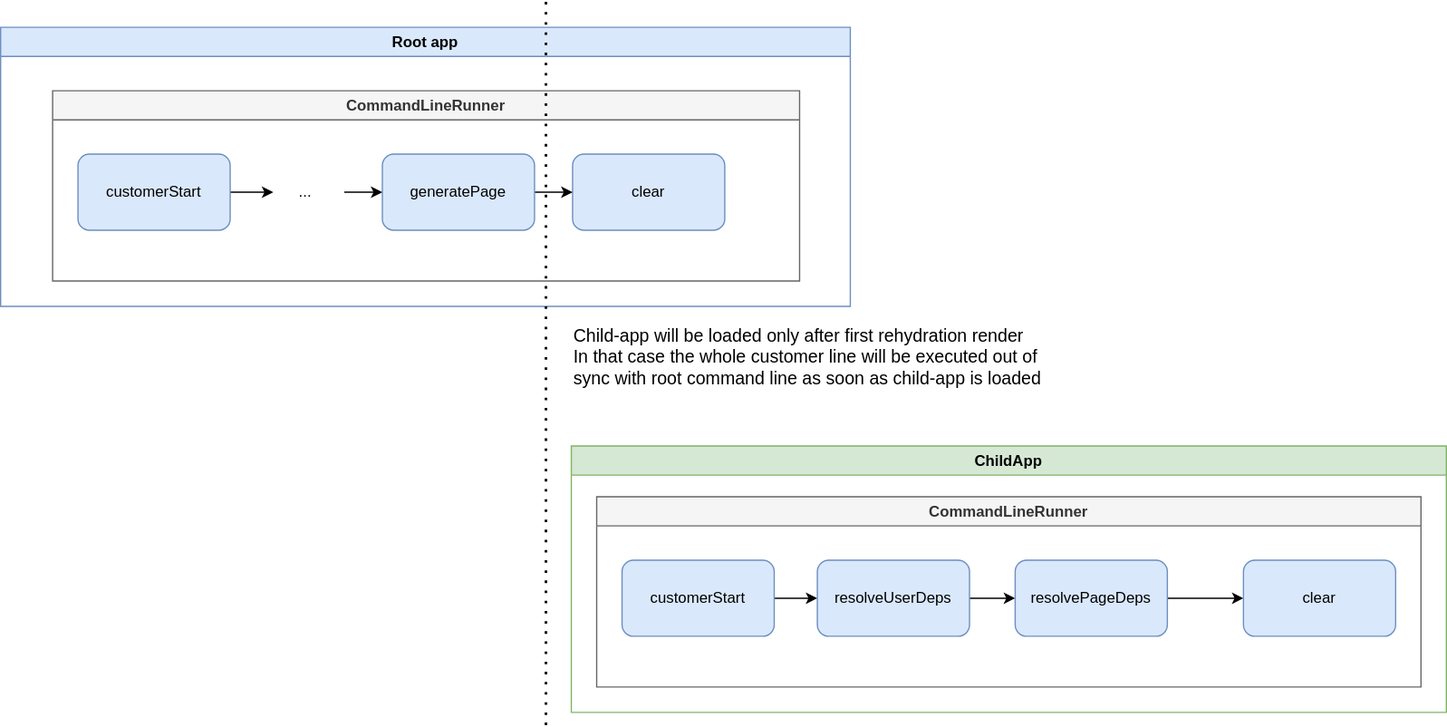
This is img/child-app/command-line-runner-client-not-loaded.drawio.svg from tramvaijs/tramvai, a draw.io export, as it was before one commit. Source tidied: cells renumbered, new cells last; positions are measured from the earlier drawing's top-left corner, leaving out a move shared by most shapes. The source it was exported from:
```xml
<mxGraphModel>
  <root>
    <mxCell id="0" />
    <mxCell id="1" parent="0" />
    <mxCell id="2" value="Root app" style="swimlane;fillColor=#dae8fc;strokeColor=#6c8ebf;" parent="1" vertex="1">
      <mxGeometry y="20" width="670" height="220" as="geometry" />
    </mxCell>
    <mxCell id="3" value="CommandLineRunner" style="swimlane;fillColor=#f5f5f5;strokeColor=#666666;fontColor=#333333;" parent="2" vertex="1">
      <mxGeometry x="41" y="50" width="589" height="150" as="geometry" />
    </mxCell>
    <mxCell id="4" style="edgeStyle=orthogonalEdgeStyle;rounded=0;jettySize=auto;html=1;exitX=1;exitY=0.5;exitDx=0;exitDy=0;entryX=0;entryY=0.5;entryDx=0;entryDy=0;" parent="3" edge="1" source="5">
      <mxGeometry relative="1" as="geometry">
        <mxPoint x="174" y="80" as="targetPoint" />
      </mxGeometry>
    </mxCell>
    <mxCell id="5" value="customerStart" style="rounded=1;whiteSpace=wrap;html=1;fillColor=#dae8fc;strokeColor=#6c8ebf;" parent="3" vertex="1">
      <mxGeometry x="20" y="50" width="120" height="60" as="geometry" />
    </mxCell>
    <mxCell id="6" value="clear" style="rounded=1;whiteSpace=wrap;html=1;fillColor=#dae8fc;strokeColor=#6c8ebf;" parent="3" vertex="1">
      <mxGeometry x="410" y="50" width="120" height="60" as="geometry" />
    </mxCell>
    <mxCell id="7" style="edgeStyle=orthogonalEdgeStyle;rounded=0;jettySize=auto;html=1;exitX=1;exitY=0.5;exitDx=0;exitDy=0;entryX=0;entryY=0.5;entryDx=0;entryDy=0;" parent="3" edge="1" source="8" target="6">
      <mxGeometry relative="1" as="geometry" />
    </mxCell>
    <mxCell id="8" value="generatePage" style="rounded=1;whiteSpace=wrap;html=1;fillColor=#dae8fc;strokeColor=#6c8ebf;" parent="3" vertex="1">
      <mxGeometry x="260" y="50" width="120" height="60" as="geometry" />
    </mxCell>
    <mxCell id="9" style="edgeStyle=orthogonalEdgeStyle;rounded=0;jettySize=auto;html=1;exitX=1;exitY=0.5;exitDx=0;exitDy=0;entryX=0;entryY=0.5;entryDx=0;entryDy=0;" parent="3" edge="1" source="x">
      <mxGeometry relative="1" as="geometry">
        <mxPoint x="330" y="80" as="targetPoint" />
      </mxGeometry>
    </mxCell>
    <mxCell id="10" style="edgeStyle=orthogonalEdgeStyle;rounded=0;jettySize=auto;html=1;exitX=1;exitY=0.5;exitDx=0;exitDy=0;entryX=0;entryY=0.5;entryDx=0;entryDy=0;" parent="3" edge="1" target="8">
      <mxGeometry relative="1" as="geometry">
        <mxPoint x="230" y="80" as="sourcePoint" />
      </mxGeometry>
    </mxCell>
    <mxCell id="11" value="ChildApp" style="swimlane;fillColor=#d5e8d4;strokeColor=#82b366;startSize=23;" parent="1" vertex="1">
      <mxGeometry x="450" y="350" width="690" height="210" as="geometry" />
    </mxCell>
    <mxCell id="12" value="CommandLineRunner" style="swimlane;fillColor=#f5f5f5;strokeColor=#666666;fontColor=#333333;" parent="11" vertex="1">
      <mxGeometry x="20" y="40" width="650" height="150" as="geometry" />
    </mxCell>
    <mxCell id="13" style="edgeStyle=orthogonalEdgeStyle;rounded=0;jettySize=auto;html=1;exitX=1;exitY=0.5;exitDx=0;exitDy=0;entryX=0;entryY=0.5;entryDx=0;entryDy=0;" parent="12" edge="1" source="14" target="16">
      <mxGeometry relative="1" as="geometry" />
    </mxCell>
    <mxCell id="14" value="customerStart" style="rounded=1;whiteSpace=wrap;html=1;fillColor=#dae8fc;strokeColor=#6c8ebf;" parent="12" vertex="1">
      <mxGeometry x="20" y="50" width="120" height="60" as="geometry" />
    </mxCell>
    <mxCell id="15" style="edgeStyle=orthogonalEdgeStyle;rounded=0;jettySize=auto;html=1;exitX=1;exitY=0.5;exitDx=0;exitDy=0;entryX=0;entryY=0.5;entryDx=0;entryDy=0;" parent="12" edge="1" source="16" target="18">
      <mxGeometry relative="1" as="geometry" />
    </mxCell>
    <mxCell id="16" value="resolveUserDeps" style="rounded=1;whiteSpace=wrap;html=1;fillColor=#dae8fc;strokeColor=#6c8ebf;" parent="12" vertex="1">
      <mxGeometry x="174" y="50" width="120" height="60" as="geometry" />
    </mxCell>
    <mxCell id="17" style="edgeStyle=none;html=1;exitX=1;exitY=0.5;exitDx=0;exitDy=0;entryX=0;entryY=0.5;entryDx=0;entryDy=0;" parent="12" edge="1" source="18" target="19">
      <mxGeometry relative="1" as="geometry" />
    </mxCell>
    <mxCell id="18" value="resolvePageDeps" style="rounded=1;whiteSpace=wrap;html=1;fillColor=#dae8fc;strokeColor=#6c8ebf;" parent="12" vertex="1">
      <mxGeometry x="330" y="50" width="120" height="60" as="geometry" />
    </mxCell>
    <mxCell id="19" value="clear" style="rounded=1;whiteSpace=wrap;html=1;fillColor=#dae8fc;strokeColor=#6c8ebf;" parent="12" vertex="1">
      <mxGeometry x="510" y="50" width="120" height="60" as="geometry" />
    </mxCell>
    <mxCell id="20" value="..." style="text;html=1;align=center;verticalAlign=middle;strokeColor=none;fillColor=none;" parent="1" vertex="1">
      <mxGeometry x="225" y="135" width="30" height="30" as="geometry" />
    </mxCell>
    <mxCell id="21" style="endArrow=none;dashed=1;html=1;dashPattern=1 3;strokeWidth=2;" parent="1" edge="1">
      <mxGeometry relative="1" as="geometry">
        <mxPoint x="430" y="570" as="sourcePoint" />
        <mxPoint x="430" as="targetPoint" />
      </mxGeometry>
    </mxCell>
    <mxCell id="22" value="Child-app will be loaded only after first rehydration render&lt;br&gt;In that case the whole customer line will be executed out of sync with root command line as soon as child-app is loaded" style="text;html=1;strokeColor=none;fillColor=none;align=left;verticalAlign=middle;whiteSpace=wrap;rounded=0;fontSize=14;" parent="1" vertex="1">
      <mxGeometry x="450" y="260" width="390" height="40" as="geometry" />
    </mxCell>
  </root>
</mxGraphModel>
```
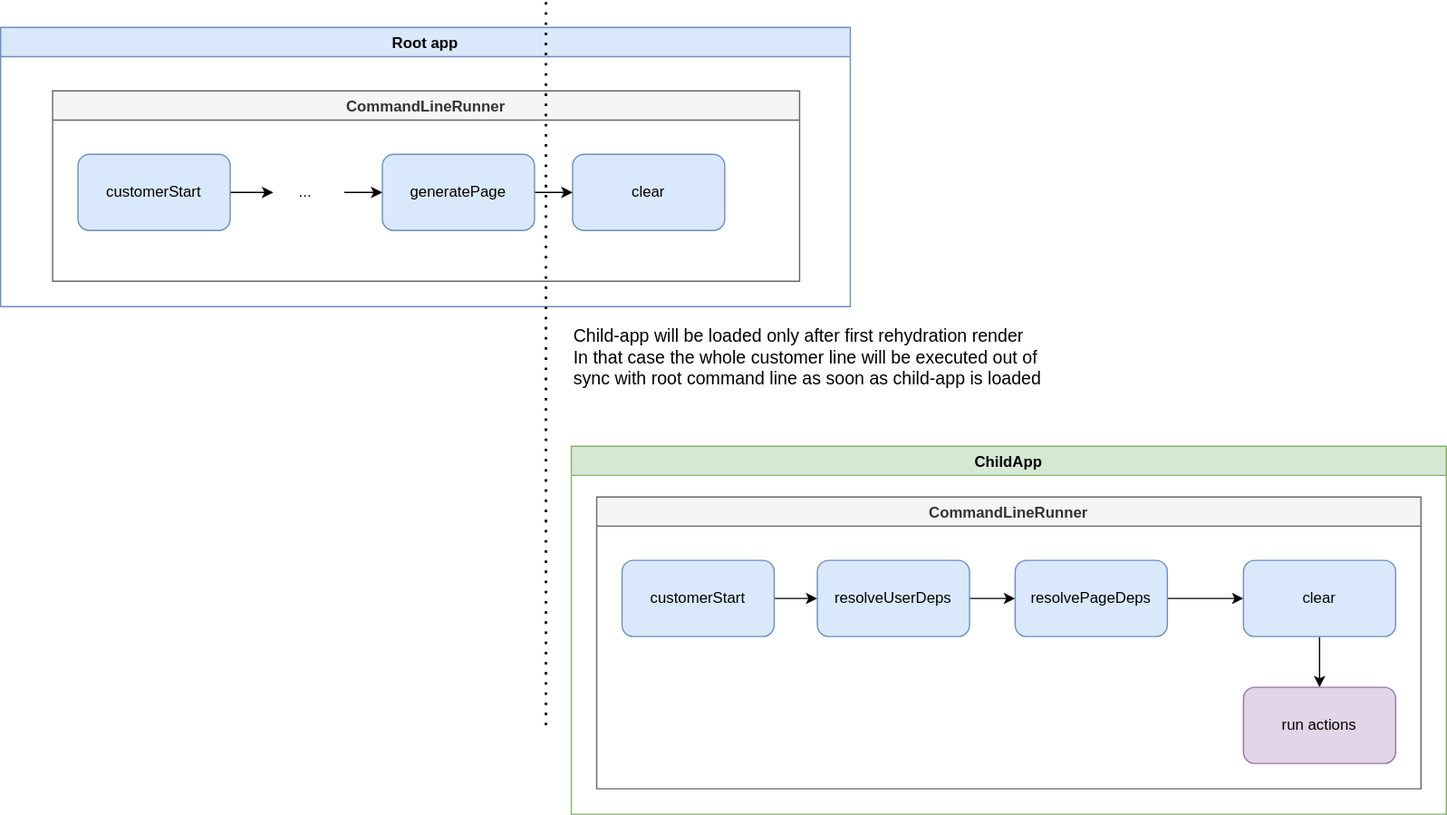
The same diagram one commit later.

Change to the diagram source:
```diff
@@ -25,7 +25,7 @@
     <mxCell id="8" value="generatePage" style="rounded=1;whiteSpace=wrap;html=1;fillColor=#dae8fc;strokeColor=#6c8ebf;" parent="3" vertex="1">
       <mxGeometry x="260" y="50" width="120" height="60" as="geometry" />
     </mxCell>
-    <mxCell id="9" style="edgeStyle=orthogonalEdgeStyle;rounded=0;jettySize=auto;html=1;exitX=1;exitY=0.5;exitDx=0;exitDy=0;entryX=0;entryY=0.5;entryDx=0;entryDy=0;" parent="3" edge="1" source="x">
+    <mxCell id="9" style="edgeStyle=orthogonalEdgeStyle;rounded=0;orthogonalLoop=1;jettySize=auto;html=1;exitX=1;exitY=0.5;exitDx=0;exitDy=0;entryX=0;entryY=0.5;entryDx=0;entryDy=0;" parent="3" edge="1">
       <mxGeometry relative="1" as="geometry">
         <mxPoint x="330" y="80" as="targetPoint" />
       </mxGeometry>
@@ -36,10 +36,10 @@
       </mxGeometry>
     </mxCell>
     <mxCell id="11" value="ChildApp" style="swimlane;fillColor=#d5e8d4;strokeColor=#82b366;startSize=23;" parent="1" vertex="1">
-      <mxGeometry x="450" y="350" width="690" height="210" as="geometry" />
+      <mxGeometry x="450" y="350" width="690" height="290" as="geometry" />
     </mxCell>
     <mxCell id="12" value="CommandLineRunner" style="swimlane;fillColor=#f5f5f5;strokeColor=#666666;fontColor=#333333;" parent="11" vertex="1">
-      <mxGeometry x="20" y="40" width="650" height="150" as="geometry" />
+      <mxGeometry x="20" y="40" width="650" height="230" as="geometry" />
     </mxCell>
     <mxCell id="13" style="edgeStyle=orthogonalEdgeStyle;rounded=0;jettySize=auto;html=1;exitX=1;exitY=0.5;exitDx=0;exitDy=0;entryX=0;entryY=0.5;entryDx=0;entryDy=0;" parent="12" edge="1" source="14" target="16">
       <mxGeometry relative="1" as="geometry" />
@@ -59,9 +59,15 @@
     <mxCell id="18" value="resolvePageDeps" style="rounded=1;whiteSpace=wrap;html=1;fillColor=#dae8fc;strokeColor=#6c8ebf;" parent="12" vertex="1">
       <mxGeometry x="330" y="50" width="120" height="60" as="geometry" />
     </mxCell>
+    <mxCell id="23" style="edgeStyle=none;html=1;" parent="12" edge="1" source="19" target="24">
+      <mxGeometry relative="1" as="geometry" />
+    </mxCell>
     <mxCell id="19" value="clear" style="rounded=1;whiteSpace=wrap;html=1;fillColor=#dae8fc;strokeColor=#6c8ebf;" parent="12" vertex="1">
       <mxGeometry x="510" y="50" width="120" height="60" as="geometry" />
     </mxCell>
+    <mxCell id="24" value="run actions" style="rounded=1;whiteSpace=wrap;html=1;shadow=0;glass=0;labelBackgroundColor=none;fillColor=#e1d5e7;strokeColor=#9673a6;" parent="12" vertex="1">
+      <mxGeometry x="510" y="150" width="120" height="60" as="geometry" />
+    </mxCell>
     <mxCell id="20" value="..." style="text;html=1;align=center;verticalAlign=middle;strokeColor=none;fillColor=none;" parent="1" vertex="1">
       <mxGeometry x="225" y="135" width="30" height="30" as="geometry" />
     </mxCell>
```
